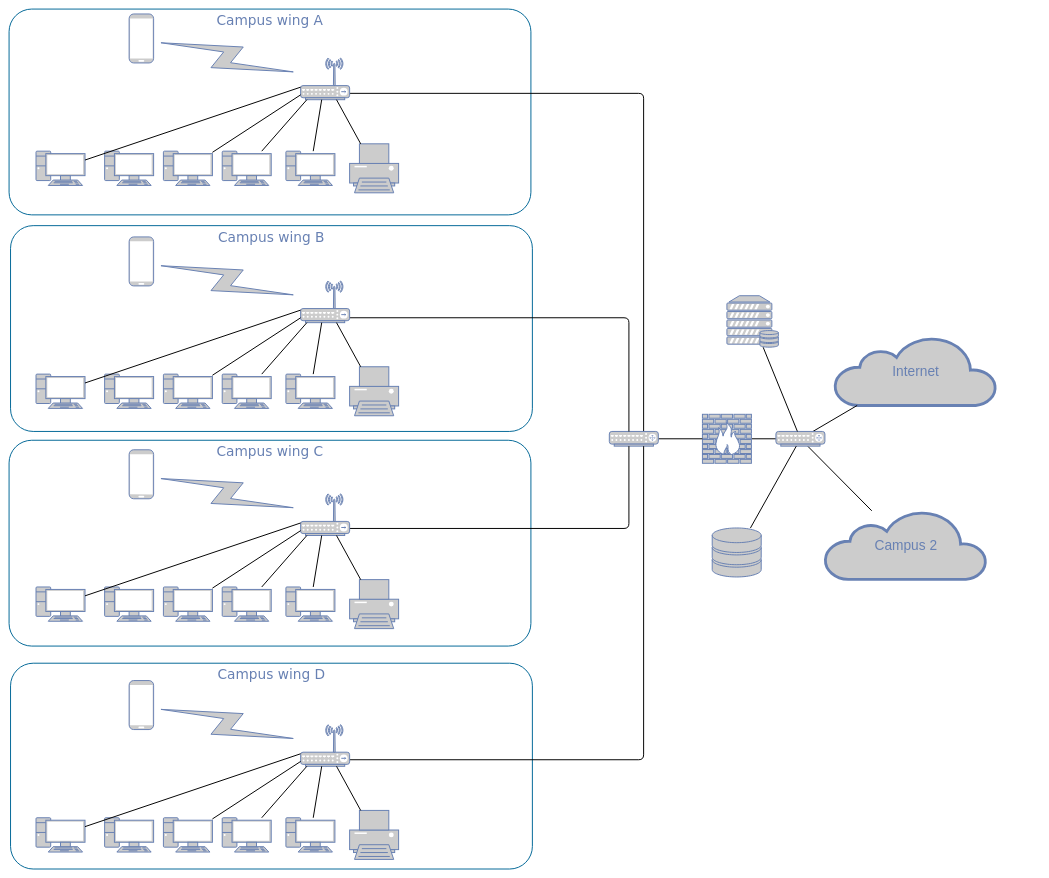
Before: TechSafeLtd.drawio in lipuradanielrutherford/Cybersecurity, a draw.io diagram. Source tidied: cells renumbered, new cells numbered last; positions are measured from the earlier drawing's top-left corner, leaving out a move shared by most shapes. Both pictures are drawn from the tidied source at 49%, with x=0, y=0 at pixel (9, 9).
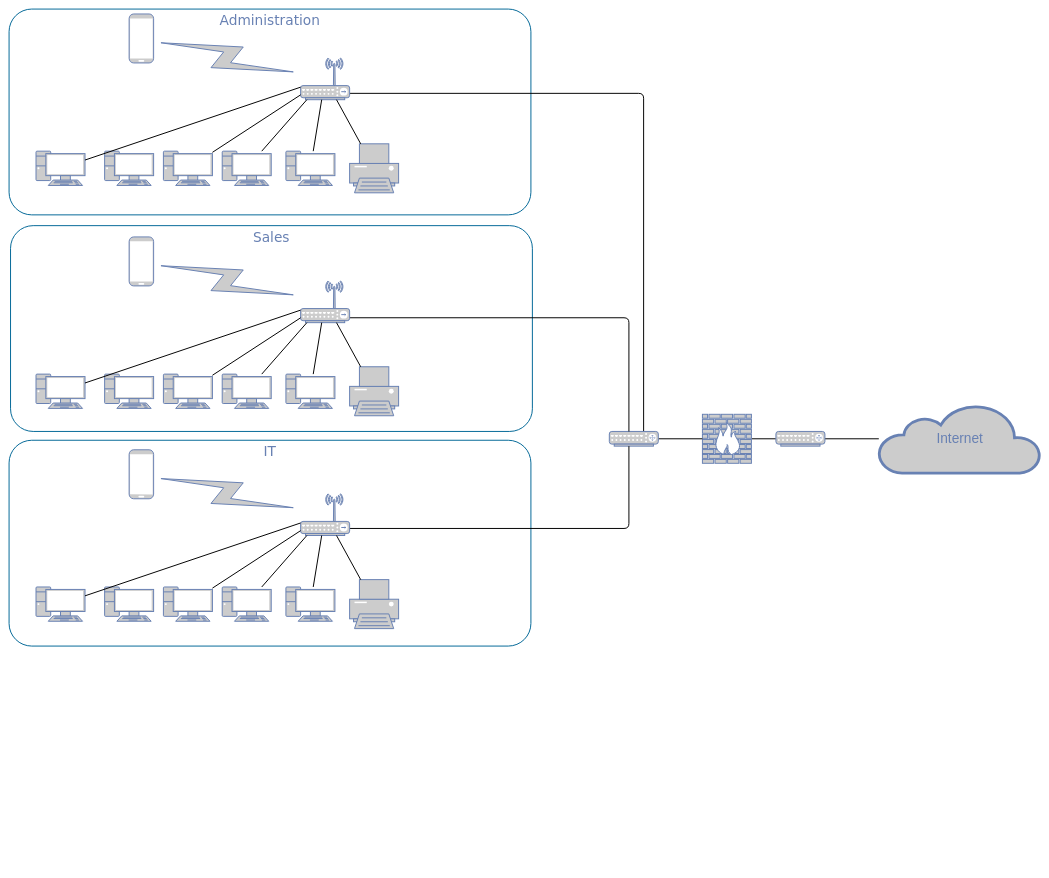
The same page after the edit.

Unchanged cells that the change refers to:
```xml
<mxCell id="10" style="fontColor=#0066CC;verticalAlign=top;verticalLabelPosition=bottom;labelPosition=center;align=center;html=1;fillColor=#CCCCCC;strokeColor=#6881B3;gradientColor=none;gradientDirection=north;strokeWidth=2;shape=mxgraph.networks.router;rounded=0;shadow=0;comic=0;" parent="1" vertex="1">
  <mxGeometry x="1225" y="862" width="100" height="30" as="geometry" />
</mxCell>
<mxCell id="58" style="fontColor=#0066CC;verticalAlign=top;verticalLabelPosition=bottom;labelPosition=center;align=center;html=1;fillColor=#CCCCCC;strokeColor=#6881B3;gradientColor=none;gradientDirection=north;strokeWidth=2;shape=mxgraph.networks.router;rounded=0;shadow=0;comic=0;" parent="1" vertex="1">
  <mxGeometry x="1565" y="862" width="100" height="30" as="geometry" />
</mxCell>
```

What changed in the source:
```diff
@@
-    <mxCell id="2" value="Campus wing D" style="rounded=1;whiteSpace=wrap;html=1;shadow=0;comic=0;strokeColor=#036897;strokeWidth=2;fillColor=none;fontFamily=Verdana;fontSize=28;fontColor=#6881B3;align=center;arcSize=11;verticalAlign=top;" parent="1" vertex="1">
-      <mxGeometry x="3" y="1335" width="1065" height="420" as="geometry" />
-    </mxCell>
-    <mxCell id="3" value="Campus wing C" style="rounded=1;whiteSpace=wrap;html=1;shadow=0;comic=0;strokeColor=#036897;strokeWidth=2;fillColor=none;fontFamily=Verdana;fontSize=28;fontColor=#6881B3;align=center;arcSize=11;verticalAlign=top;" parent="1" vertex="1">
+    <mxCell id="3" value="IT" style="rounded=1;whiteSpace=wrap;html=1;shadow=0;comic=0;strokeColor=#036897;strokeWidth=2;fillColor=none;fontFamily=Verdana;fontSize=28;fontColor=#6881B3;align=center;arcSize=11;verticalAlign=top;" parent="1" vertex="1">
       <mxGeometry y="880" width="1065" height="420" as="geometry" />
     </mxCell>
-    <mxCell id="4" value="Campus wing B" style="rounded=1;whiteSpace=wrap;html=1;shadow=0;comic=0;strokeColor=#036897;strokeWidth=2;fillColor=none;fontFamily=Verdana;fontSize=28;fontColor=#6881B3;align=center;arcSize=11;verticalAlign=top;" parent="1" vertex="1">
+    <mxCell id="4" value="Sales" style="rounded=1;whiteSpace=wrap;html=1;shadow=0;comic=0;strokeColor=#036897;strokeWidth=2;fillColor=none;fontFamily=Verdana;fontSize=28;fontColor=#6881B3;align=center;arcSize=11;verticalAlign=top;" parent="1" vertex="1">
       <mxGeometry x="3" y="442" width="1065" height="420" as="geometry" />
     </mxCell>
-    <mxCell id="5" value="Campus wing A" style="rounded=1;whiteSpace=wrap;html=1;shadow=0;comic=0;strokeColor=#036897;strokeWidth=2;fillColor=none;fontFamily=Verdana;fontSize=28;fontColor=#6881B3;align=center;arcSize=11;verticalAlign=top;" parent="1" vertex="1">
+    <mxCell id="5" value="Administration" style="rounded=1;whiteSpace=wrap;html=1;shadow=0;comic=0;strokeColor=#036897;strokeWidth=2;fillColor=none;fontFamily=Verdana;fontSize=28;fontColor=#6881B3;align=center;arcSize=11;verticalAlign=top;" parent="1" vertex="1">
       <mxGeometry width="1065" height="420" as="geometry" />
     </mxCell>
@@
     <mxCell id="55" value="Internet" style="html=1;fillColor=#CCCCCC;strokeColor=#6881B3;gradientColor=none;gradientDirection=north;strokeWidth=2;shape=mxgraph.networks.cloud;fontColor=#6881B3;rounded=0;shadow=0;comic=0;align=center;fontSize=28;" parent="1" vertex="1">
-      <mxGeometry x="1685" y="669" width="330" height="140" as="geometry" />
+      <mxGeometry x="1775" y="807" width="330" height="140" as="geometry" />
     </mxCell>
@@
-    <mxCell id="57" style="edgeStyle=none;html=1;labelBackgroundColor=none;endArrow=none;endFill=0;strokeWidth=2;fontFamily=Verdana;fontSize=28;fontColor=#6881B3;" parent="1" edge="1" source="58" target="78">
-      <mxGeometry relative="1" as="geometry" />
-    </mxCell>
@@
-    <mxCell id="59" style="edgeStyle=none;html=1;labelBackgroundColor=none;endArrow=none;endFill=0;strokeWidth=2;fontFamily=Verdana;fontSize=28;fontColor=#6881B3;" parent="1" edge="1" source="60" target="58">
-      <mxGeometry relative="1" as="geometry" />
-    </mxCell>
-    <mxCell id="60" style="fontColor=#0066CC;verticalAlign=top;verticalLabelPosition=bottom;labelPosition=center;align=center;html=1;fillColor=#CCCCCC;strokeColor=#6881B3;gradientColor=none;gradientDirection=north;strokeWidth=2;shape=mxgraph.networks.storage;rounded=0;shadow=0;comic=0;" parent="1" vertex="1">
-      <mxGeometry x="1435" y="1059" width="100" height="100" as="geometry" />
-    </mxCell>
-    <mxCell id="61" style="edgeStyle=none;html=1;labelBackgroundColor=none;endArrow=none;endFill=0;strokeWidth=2;fontFamily=Verdana;fontSize=28;fontColor=#6881B3;" parent="1" edge="1" source="62" target="58">
-      <mxGeometry relative="1" as="geometry" />
-    </mxCell>
-    <mxCell id="62" style="fontColor=#0066CC;verticalAlign=top;verticalLabelPosition=bottom;labelPosition=center;align=center;html=1;fillColor=#CCCCCC;strokeColor=#6881B3;gradientColor=none;gradientDirection=north;strokeWidth=2;shape=mxgraph.networks.server_storage;rounded=0;shadow=0;comic=0;" parent="1" vertex="1">
-      <mxGeometry x="1465" y="585" width="105" height="105" as="geometry" />
-    </mxCell>
-    <mxCell id="63" style="fontColor=#0066CC;verticalAlign=top;verticalLabelPosition=bottom;labelPosition=center;align=center;html=1;fillColor=#CCCCCC;strokeColor=#6881B3;gradientColor=none;gradientDirection=north;strokeWidth=2;shape=mxgraph.networks.pc;rounded=0;shadow=0;comic=0;" parent="1" vertex="1">
-      <mxGeometry x="55" y="1650.4" width="100" height="70" as="geometry" />
-    </mxCell>
-    <mxCell id="64" style="fontColor=#0066CC;verticalAlign=top;verticalLabelPosition=bottom;labelPosition=center;align=center;html=1;fillColor=#CCCCCC;strokeColor=#6881B3;gradientColor=none;gradientDirection=north;strokeWidth=2;shape=mxgraph.networks.pc;rounded=0;shadow=0;comic=0;" parent="1" vertex="1">
-      <mxGeometry x="195" y="1650.4" width="100" height="70" as="geometry" />
-    </mxCell>
-    <mxCell id="65" style="fontColor=#0066CC;verticalAlign=top;verticalLabelPosition=bottom;labelPosition=center;align=center;html=1;fillColor=#CCCCCC;strokeColor=#6881B3;gradientColor=none;gradientDirection=north;strokeWidth=2;shape=mxgraph.networks.pc;rounded=0;shadow=0;comic=0;" parent="1" vertex="1">
-      <mxGeometry x="315" y="1650.4" width="100" height="70" as="geometry" />
-    </mxCell>
-    <mxCell id="66" style="fontColor=#0066CC;verticalAlign=top;verticalLabelPosition=bottom;labelPosition=center;align=center;html=1;fillColor=#CCCCCC;strokeColor=#6881B3;gradientColor=none;gradientDirection=north;strokeWidth=2;shape=mxgraph.networks.pc;rounded=0;shadow=0;comic=0;" parent="1" vertex="1">
-      <mxGeometry x="435" y="1650.4" width="100" height="70" as="geometry" />
-    </mxCell>
-    <mxCell id="67" style="fontColor=#0066CC;verticalAlign=top;verticalLabelPosition=bottom;labelPosition=center;align=center;html=1;fillColor=#CCCCCC;strokeColor=#6881B3;gradientColor=none;gradientDirection=north;strokeWidth=2;shape=mxgraph.networks.pc;rounded=0;shadow=0;comic=0;" parent="1" vertex="1">
-      <mxGeometry x="565" y="1650.4" width="100" height="70" as="geometry" />
-    </mxCell>
-    <mxCell id="68" style="fontColor=#0066CC;verticalAlign=top;verticalLabelPosition=bottom;labelPosition=center;align=center;html=1;fillColor=#CCCCCC;strokeColor=#6881B3;gradientColor=none;gradientDirection=north;strokeWidth=2;shape=mxgraph.networks.printer;rounded=0;shadow=0;comic=0;" parent="1" vertex="1">
-      <mxGeometry x="695" y="1635.4" width="100" height="100" as="geometry" />
-    </mxCell>
-    <mxCell id="69" style="edgeStyle=orthogonalEdgeStyle;html=1;labelBackgroundColor=none;endArrow=none;endFill=0;strokeWidth=2;fontFamily=Verdana;fontSize=28;fontColor=#6881B3;" parent="1" edge="1" source="70" target="10">
-      <mxGeometry relative="1" as="geometry">
-        <Array as="points">
-          <mxPoint x="1295" y="1532" />
-        </Array>
-      </mxGeometry>
-    </mxCell>
-    <mxCell id="70" style="fontColor=#0066CC;verticalAlign=top;verticalLabelPosition=bottom;labelPosition=center;align=center;html=1;fillColor=#CCCCCC;strokeColor=#6881B3;gradientColor=none;gradientDirection=north;strokeWidth=2;shape=mxgraph.networks.wireless_hub;rounded=0;shadow=0;comic=0;" parent="1" vertex="1">
-      <mxGeometry x="595" y="1460.4" width="100" height="85" as="geometry" />
-    </mxCell>
-    <mxCell id="71" style="edgeStyle=none;html=1;labelBackgroundColor=none;endArrow=none;endFill=0;strokeWidth=2;fontFamily=Verdana;fontSize=15;fontColor=#036897;" parent="1" edge="1" source="63" target="70">
-      <mxGeometry relative="1" as="geometry" />
-    </mxCell>
-    <mxCell id="72" style="edgeStyle=none;html=1;labelBackgroundColor=none;endArrow=none;endFill=0;strokeWidth=2;fontFamily=Verdana;fontSize=15;fontColor=#036897;" parent="1" edge="1" source="65" target="70">
-      <mxGeometry relative="1" as="geometry" />
-    </mxCell>
-    <mxCell id="73" style="edgeStyle=none;html=1;labelBackgroundColor=none;endArrow=none;endFill=0;strokeWidth=2;fontFamily=Verdana;fontSize=15;fontColor=#036897;" parent="1" edge="1" source="66" target="70">
-      <mxGeometry relative="1" as="geometry" />
-    </mxCell>
-    <mxCell id="74" style="edgeStyle=none;html=1;labelBackgroundColor=none;endArrow=none;endFill=0;strokeWidth=2;fontFamily=Verdana;fontSize=15;fontColor=#036897;" parent="1" edge="1" source="67" target="70">
-      <mxGeometry relative="1" as="geometry" />
-    </mxCell>
-    <mxCell id="75" style="edgeStyle=none;html=1;labelBackgroundColor=none;endArrow=none;endFill=0;strokeWidth=2;fontFamily=Verdana;fontSize=15;fontColor=#036897;" parent="1" edge="1" source="68" target="70">
-      <mxGeometry relative="1" as="geometry" />
-    </mxCell>
-    <mxCell id="76" style="html=1;fillColor=#CCCCCC;strokeColor=#6881B3;gradientColor=none;gradientDirection=north;strokeWidth=2;shape=mxgraph.networks.comm_link_edge;html=1;labelBackgroundColor=none;endArrow=none;endFill=0;fontFamily=Verdana;fontSize=20;" parent="1" edge="1" source="70" target="77">
-      <mxGeometry relative="1" as="geometry" />
-    </mxCell>
-    <mxCell id="77" style="fontColor=#0066CC;verticalAlign=top;verticalLabelPosition=bottom;labelPosition=center;align=center;html=1;fillColor=#CCCCCC;strokeColor=#6881B3;gradientColor=none;gradientDirection=north;strokeWidth=2;shape=mxgraph.networks.mobile;rounded=0;shadow=0;comic=0;" parent="1" vertex="1">
-      <mxGeometry x="245" y="1370.4" width="50" height="100" as="geometry" />
-    </mxCell>
-    <mxCell id="78" value="Campus 2" style="html=1;fillColor=#CCCCCC;strokeColor=#6881B3;gradientColor=none;gradientDirection=north;strokeWidth=2;shape=mxgraph.networks.cloud;fontColor=#6881B3;rounded=0;shadow=0;comic=0;align=center;fontSize=28;" parent="1" vertex="1">
-      <mxGeometry x="1665" y="1024" width="330" height="140" as="geometry" />
-    </mxCell>
```
